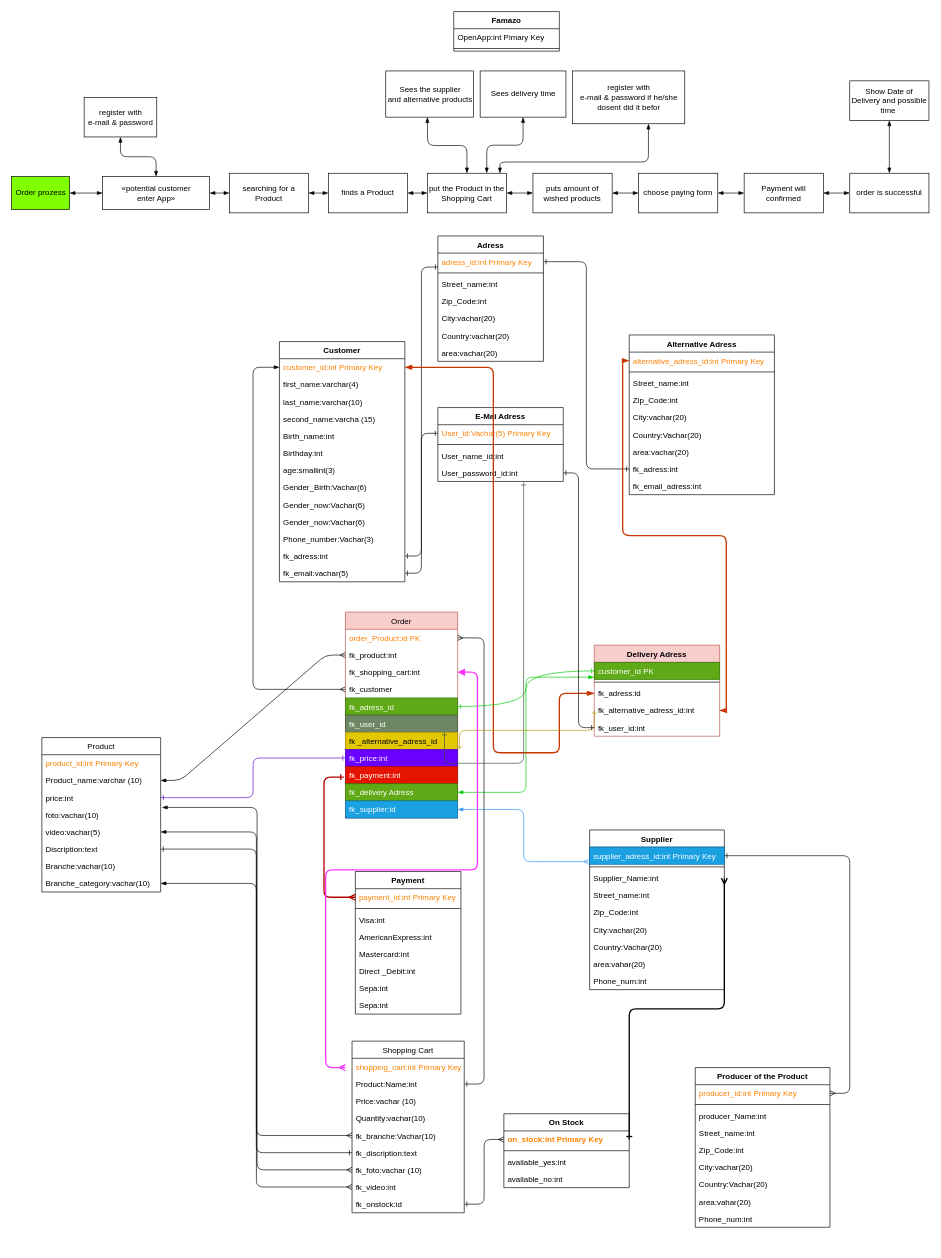
MichaelGarrigosa/backenddayone keeps this draw.io diagram as page "Famazon Visual 3 UML" (3 of 3) of Michael/FamazonMichael.drawio. Above is the earlier version. Source tidied: cells renumbered, new cells numbered last; positions are measured from the earlier drawing's top-left corner, leaving out a move shared by most shapes. Both pictures are drawn from the tidied source at 66%, with x=0, y=0 at pixel (11, 11).
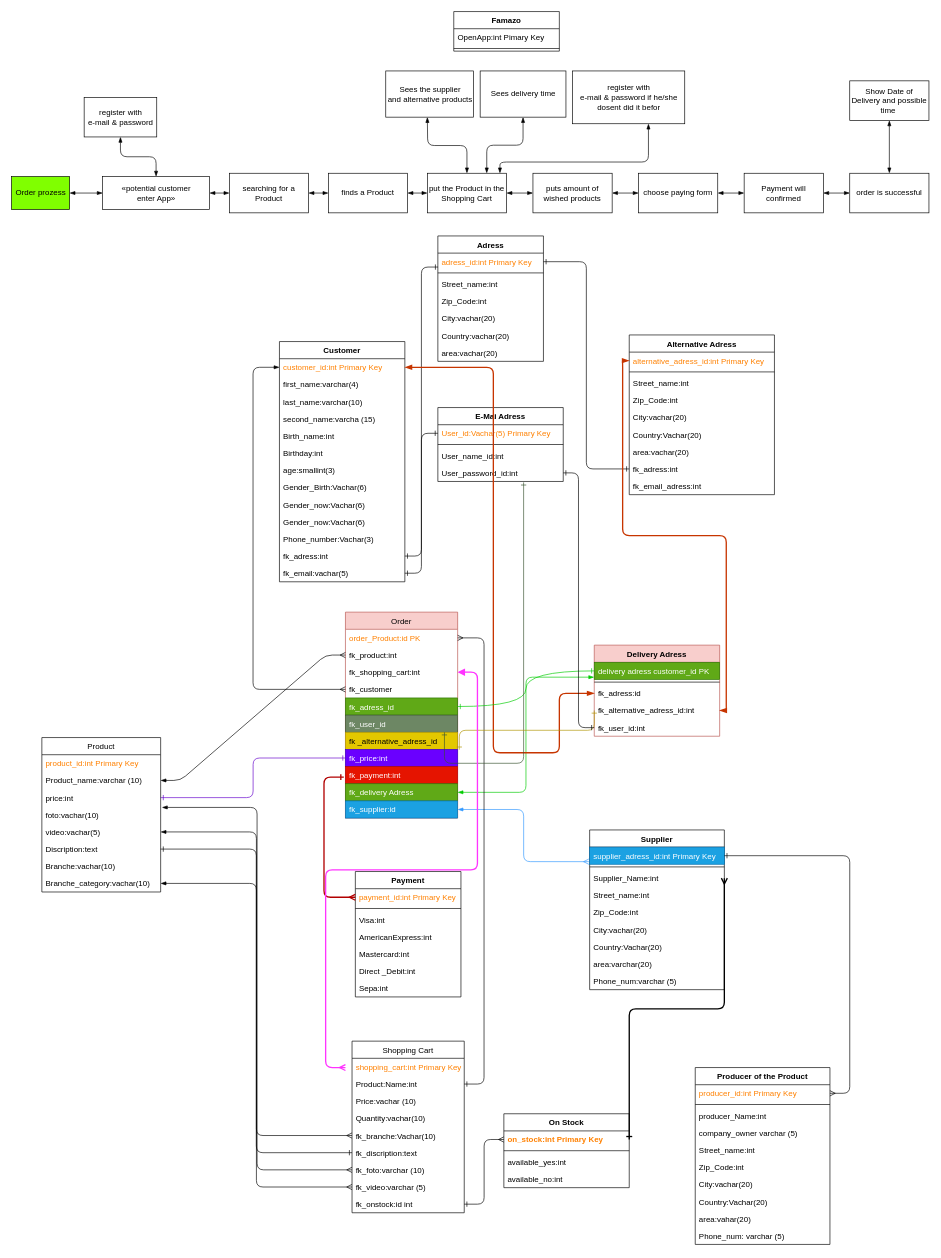
The same diagram, later.

Unchanged cells that the change refers to:
```xml
<mxCell id="74" value="Shopping Cart" style="swimlane;fontStyle=0;horizontal=1;startSize=26;fillColor=none;" parent="1" vertex="1">
  <mxGeometry x="515.9" y="1560" width="170" height="260" as="geometry" />
</mxCell>
<mxCell id="111" value="Delivery Adress" style="swimlane;fontStyle=1;align=center;verticalAlign=top;horizontal=1;startSize=26;fillColor=#f8cecc;strokeColor=#b85450;" parent="1" vertex="1">
  <mxGeometry x="882.9" y="960" width="190" height="138" as="geometry" />
</mxCell>
<mxCell id="117" value="Supplier" style="swimlane;fontStyle=1;align=center;verticalAlign=top;horizontal=1;startSize=26;" parent="1" vertex="1">
  <mxGeometry x="875.9" y="1240" width="204.1" height="242" as="geometry" />
</mxCell>
```

The edit, as a diff of the source:
```diff
@@
-    <mxCell id="81" value="fk_foto:vachar (10)" style="text;strokeColor=none;fillColor=none;align=left;verticalAlign=top;spacingLeft=4;spacingRight=4;overflow=hidden;points=[[0,0.5],[1,0.5]];portConstraint=eastwest;" parent="74" vertex="1">
+    <mxCell id="81" value="fk_foto:varchar (10)" style="text;strokeColor=none;fillColor=none;align=left;verticalAlign=top;spacingLeft=4;spacingRight=4;overflow=hidden;points=[[0,0.5],[1,0.5]];portConstraint=eastwest;" parent="74" vertex="1">
       <mxGeometry y="182" width="170" height="26" as="geometry" />
     </mxCell>
-    <mxCell id="82" value="fk_video:int" style="text;strokeColor=none;fillColor=none;align=left;verticalAlign=top;spacingLeft=4;spacingRight=4;overflow=hidden;points=[[0,0.5],[1,0.5]];portConstraint=eastwest;" parent="74" vertex="1">
+    <mxCell id="82" value="fk_video:varchar (5)" style="text;strokeColor=none;fillColor=none;align=left;verticalAlign=top;spacingLeft=4;spacingRight=4;overflow=hidden;points=[[0,0.5],[1,0.5]];portConstraint=eastwest;" parent="74" vertex="1">
       <mxGeometry y="208" width="170" height="26" as="geometry" />
     </mxCell>
-    <mxCell id="83" value="fk_onstock:id" style="text;strokeColor=none;fillColor=none;align=left;verticalAlign=top;spacingLeft=4;spacingRight=4;overflow=hidden;points=[[0,0.5],[1,0.5]];portConstraint=eastwest;" parent="74" vertex="1">
+    <mxCell id="83" value="fk_onstock:id int" style="text;strokeColor=none;fillColor=none;align=left;verticalAlign=top;spacingLeft=4;spacingRight=4;overflow=hidden;points=[[0,0.5],[1,0.5]];portConstraint=eastwest;" parent="74" vertex="1">
       <mxGeometry y="234" width="170" height="26" as="geometry" />
     </mxCell>
@@
-    <mxCell id="112" value="customer_id PK" style="text;strokeColor=#2D7600;fillColor=#60a917;align=left;verticalAlign=top;spacingLeft=4;spacingRight=4;overflow=hidden;points=[[0,0.5],[1,0.5]];portConstraint=eastwest;fontColor=#ffffff;" parent="111" vertex="1">
+    <mxCell id="112" value="delivery adress customer_id PK" style="text;strokeColor=#2D7600;fillColor=#60a917;align=left;verticalAlign=top;spacingLeft=4;spacingRight=4;overflow=hidden;points=[[0,0.5],[1,0.5]];portConstraint=eastwest;fontColor=#ffffff;" parent="111" vertex="1">
       <mxGeometry y="26" width="190" height="26" as="geometry" />
     </mxCell>
@@
-    <mxCell id="125" value="area:vahar(20)" style="text;strokeColor=none;fillColor=none;align=left;verticalAlign=top;spacingLeft=4;spacingRight=4;overflow=hidden;" parent="117" vertex="1">
+    <mxCell id="125" value="area:varchar(20)" style="text;strokeColor=none;fillColor=none;align=left;verticalAlign=top;spacingLeft=4;spacingRight=4;overflow=hidden;" parent="117" vertex="1">
       <mxGeometry y="190" width="204.1" height="26" as="geometry" />
     </mxCell>
-    <mxCell id="126" value="Phone_num:int" style="text;strokeColor=none;fillColor=none;align=left;verticalAlign=top;spacingLeft=4;spacingRight=4;overflow=hidden;" parent="117" vertex="1">
+    <mxCell id="126" value="Phone_num:varchar (5)" style="text;strokeColor=none;fillColor=none;align=left;verticalAlign=top;spacingLeft=4;spacingRight=4;overflow=hidden;" parent="117" vertex="1">
       <mxGeometry y="216" width="204.1" height="26" as="geometry" />
     </mxCell>
@@
     <mxCell id="131" value="Producer of the Product" style="swimlane;fontStyle=1;align=center;verticalAlign=top;horizontal=1;startSize=26;" parent="1" vertex="1">
-      <mxGeometry x="1035.9" y="1600" width="204.1" height="242" as="geometry" />
+      <mxGeometry x="1035.9" y="1600" width="204.1" height="268" as="geometry" />
     </mxCell>
@@
+    <mxCell id="166" value="company_owner varchar (5)" style="text;strokeColor=none;fillColor=none;align=left;verticalAlign=top;spacingLeft=4;spacingRight=4;overflow=hidden;" parent="131" vertex="1">
+      <mxGeometry y="86" width="204.1" height="26" as="geometry" />
+    </mxCell>
     <mxCell id="135" value="Street_name:int" style="text;strokeColor=none;fillColor=none;align=left;verticalAlign=top;spacingLeft=4;spacingRight=4;overflow=hidden;" parent="131" vertex="1">
-      <mxGeometry y="86" width="204.1" height="26" as="geometry" />
+      <mxGeometry y="112" width="204.1" height="26" as="geometry" />
     </mxCell>
     <mxCell id="136" value="Zip_Code:int" style="text;strokeColor=none;fillColor=none;align=left;verticalAlign=top;spacingLeft=4;spacingRight=4;overflow=hidden;" parent="131" vertex="1">
-      <mxGeometry y="112" width="204.1" height="26" as="geometry" />
+      <mxGeometry y="138" width="204.1" height="26" as="geometry" />
     </mxCell>
     <mxCell id="137" value="City:vachar(20)" style="text;strokeColor=none;fillColor=none;align=left;verticalAlign=top;spacingLeft=4;spacingRight=4;overflow=hidden;" parent="131" vertex="1">
-      <mxGeometry y="138" width="204.1" height="26" as="geometry" />
+      <mxGeometry y="164" width="204.1" height="26" as="geometry" />
     </mxCell>
     <mxCell id="138" value="Country:Vachar(20)" style="text;strokeColor=none;fillColor=none;align=left;verticalAlign=top;spacingLeft=4;spacingRight=4;overflow=hidden;" parent="131" vertex="1">
-      <mxGeometry y="164" width="204.1" height="26" as="geometry" />
+      <mxGeometry y="190" width="204.1" height="26" as="geometry" />
     </mxCell>
     <mxCell id="139" value="area:vahar(20)" style="text;strokeColor=none;fillColor=none;align=left;verticalAlign=top;spacingLeft=4;spacingRight=4;overflow=hidden;" parent="131" vertex="1">
-      <mxGeometry y="190" width="204.1" height="26" as="geometry" />
+      <mxGeometry y="216" width="204.1" height="26" as="geometry" />
     </mxCell>
-    <mxCell id="140" value="Phone_num:int" style="text;strokeColor=none;fillColor=none;align=left;verticalAlign=top;spacingLeft=4;spacingRight=4;overflow=hidden;" parent="131" vertex="1">
-      <mxGeometry y="216" width="204.1" height="26" as="geometry" />
+    <mxCell id="140" value="Phone_num: varchar (5)" style="text;strokeColor=none;fillColor=none;align=left;verticalAlign=top;spacingLeft=4;spacingRight=4;overflow=hidden;" parent="131" vertex="1">
+      <mxGeometry y="242" width="204.1" height="26" as="geometry" />
     </mxCell>
@@
     <mxCell id="148" value="Payment" style="swimlane;fontStyle=1;align=center;verticalAlign=top;horizontal=1;startSize=26;" parent="1" vertex="1">
-      <mxGeometry x="520.9" y="1303" width="160" height="216" as="geometry" />
+      <mxGeometry x="520.9" y="1303" width="160" height="190" as="geometry" />
     </mxCell>
@@
-    <mxCell id="156" value="Sepa:int" style="text;strokeColor=none;fillColor=none;align=left;verticalAlign=top;spacingLeft=4;spacingRight=4;overflow=hidden;" parent="148" vertex="1">
-      <mxGeometry y="190" width="160" height="26" as="geometry" />
-    </mxCell>
```
